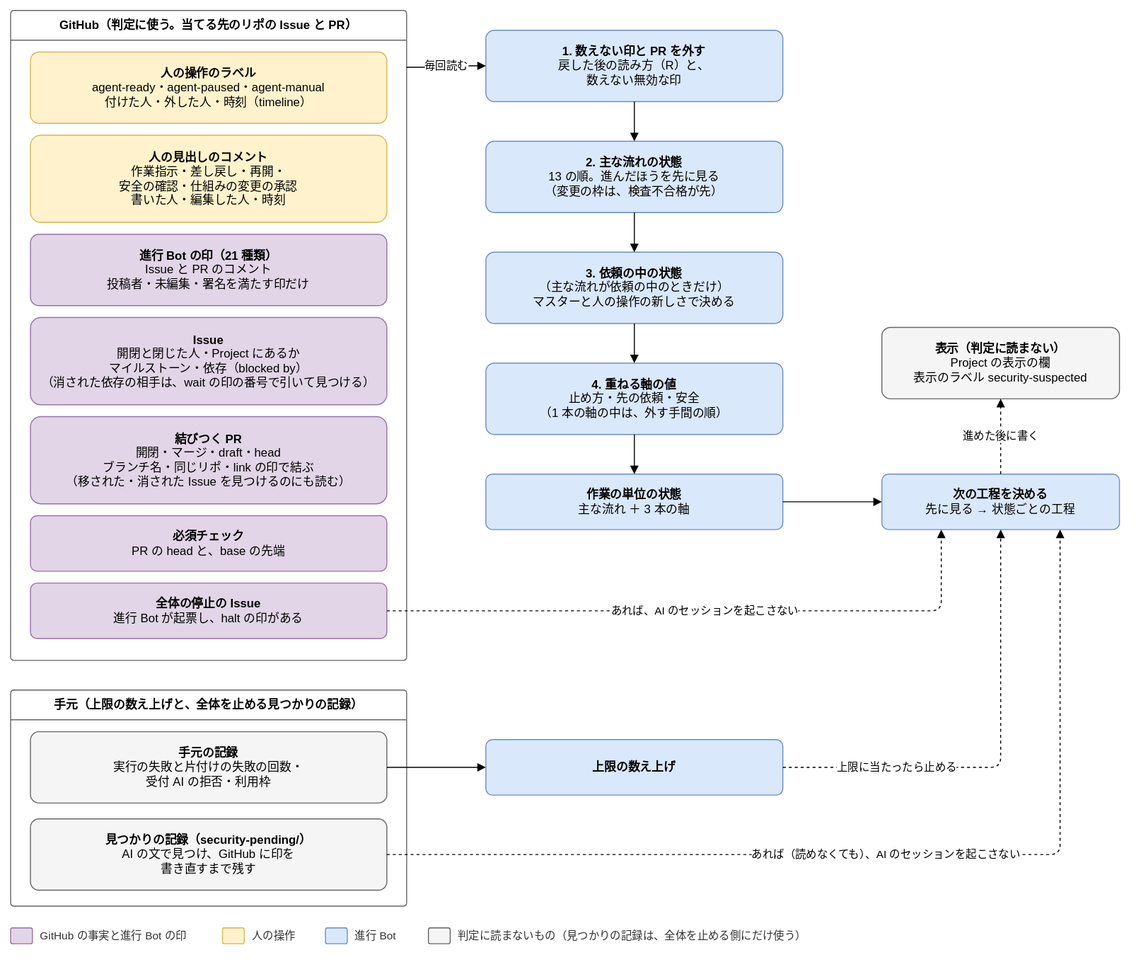
Earlier version of the draw.io export docs/design/basic/diagrams/02-state-assembly.drawio.svg (Joymerrevent/dev-autopilot). Source tidied: cells renumbered, new cells last; positions are measured from the earlier drawing's top-left corner, leaving out a move shared by most shapes.
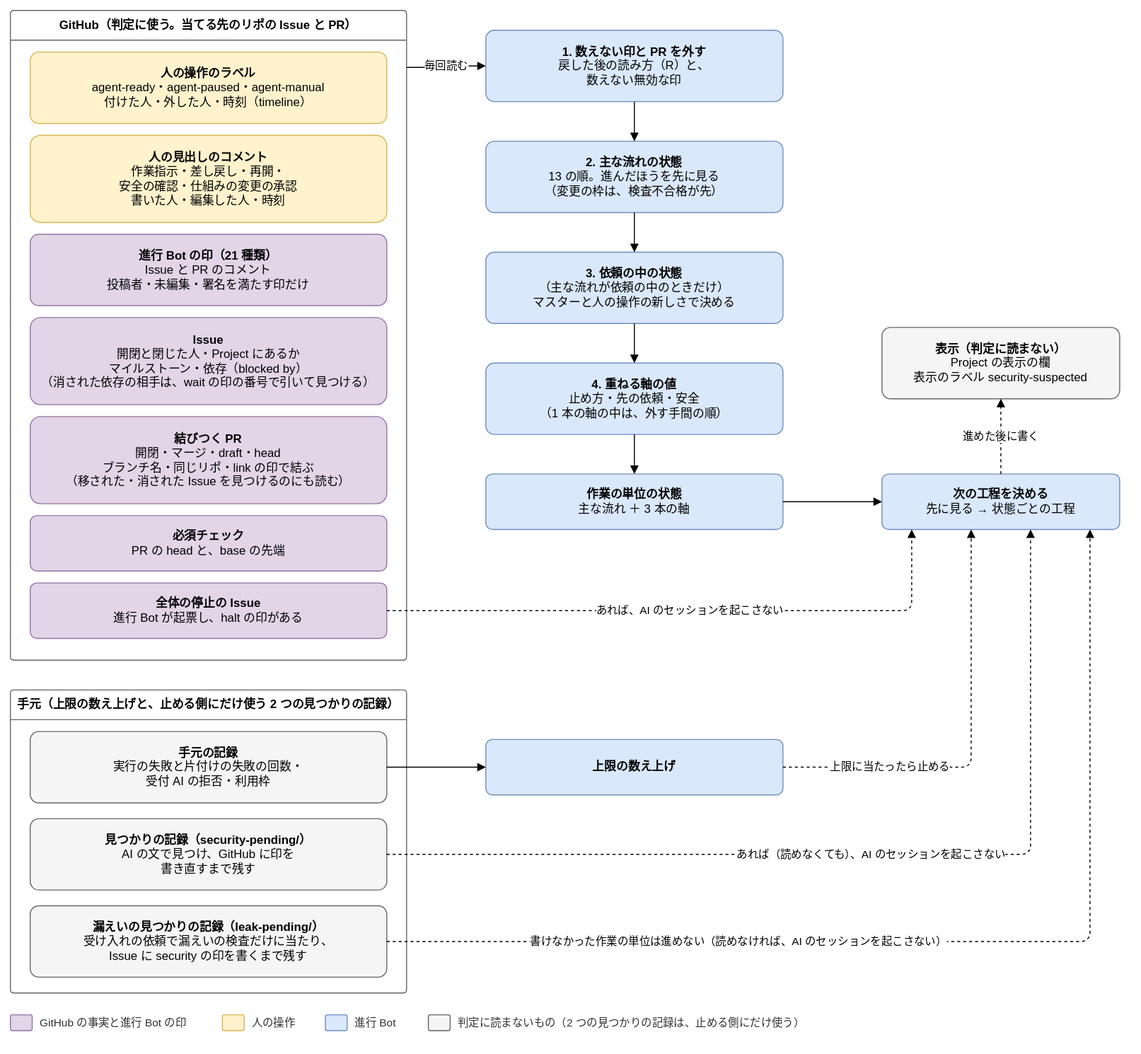
Later version of the same file.

What changed in the source:
```diff
@@ -47,8 +47,8 @@
     <mxCell id="16" value="&lt;b&gt;表示（判定に読まない）&lt;/b&gt;&lt;br&gt;Project の表示の欄&lt;br&gt;表示のラベル security-suspected" style="rounded=1;whiteSpace=wrap;html=1;fontSize=12;arcSize=12;spacing=12;fillColor=#f5f5f5;strokeColor=#666666;" parent="1" vertex="1">
       <mxGeometry x="880" y="320" width="240" height="72" as="geometry" />
     </mxCell>
-    <mxCell id="17" value="手元（上限の数え上げと、全体を止める見つかりの記録）" style="swimlane;startSize=30;html=1;whiteSpace=wrap;rounded=1;arcSize=4;fontStyle=1;fontSize=12;strokeColor=#666666;fillColor=none;swimlaneFillColor=none;" parent="1" vertex="1">
-      <mxGeometry y="686" width="400" height="218" as="geometry" />
+    <mxCell id="17" value="手元（上限の数え上げと、止める側にだけ使う 2 つの見つかりの記録）" style="swimlane;startSize=30;html=1;whiteSpace=wrap;rounded=1;arcSize=4;fontStyle=1;fontSize=12;strokeColor=#666666;fillColor=none;swimlaneFillColor=none;" parent="1" vertex="1">
+      <mxGeometry y="686" width="400" height="306" as="geometry" />
     </mxCell>
     <mxCell id="18" value="&lt;b&gt;手元の記録&lt;/b&gt;&lt;br&gt;実行の失敗と片付けの失敗の回数・&lt;br&gt;受付 AI の拒否・利用枠" style="rounded=1;whiteSpace=wrap;html=1;fontSize=12;arcSize=12;spacing=12;fillColor=#f5f5f5;strokeColor=#666666;" parent="17" vertex="1">
       <mxGeometry x="20" y="42" width="360" height="72" as="geometry" />
@@ -56,6 +56,9 @@
     <mxCell id="19" value="&lt;b&gt;見つかりの記録（security-pending/）&lt;/b&gt;&lt;br&gt;AI の文で見つけ、GitHub に印を&lt;br&gt;書き直すまで残す" style="rounded=1;whiteSpace=wrap;html=1;fontSize=12;arcSize=12;spacing=12;fillColor=#f5f5f5;strokeColor=#666666;" parent="17" vertex="1">
       <mxGeometry x="20" y="130" width="360" height="72" as="geometry" />
     </mxCell>
+    <mxCell id="40" value="&lt;b&gt;漏えいの見つかりの記録（leak-pending/）&lt;/b&gt;&lt;br&gt;受け入れの依頼で漏えいの検査だけに当たり、&lt;br&gt;Issue に security の印を書くまで残す" style="rounded=1;whiteSpace=wrap;html=1;fontSize=12;arcSize=12;spacing=12;fillColor=#f5f5f5;strokeColor=#666666;" parent="17" vertex="1">
+      <mxGeometry x="20" y="218" width="360" height="72" as="geometry" />
+    </mxCell>
     <mxCell id="20" value="&lt;b&gt;上限の数え上げ&lt;/b&gt;" style="rounded=1;whiteSpace=wrap;html=1;fontSize=12;arcSize=12;spacing=12;fillColor=#dae8fc;strokeColor=#6c8ebf;" parent="1" vertex="1">
       <mxGeometry x="480" y="736" width="300" height="56" as="geometry" />
     </mxCell>
@@ -80,53 +83,60 @@
     <mxCell id="27" value="進めた後に書く" style="edgeStyle=orthogonalEdgeStyle;rounded=1;html=1;endArrow=block;endFill=1;fontSize=11;labelBackgroundColor=#ffffff;dashed=1;exitX=0.5;exitY=0;exitDx=0;exitDy=0;entryX=0.5;entryY=1;entryDx=0;entryDy=0;" parent="1" edge="1" source="15" target="16">
       <mxGeometry relative="1" as="geometry" />
     </mxCell>
-    <mxCell id="28" value="あれば、AI のセッションを起こさない" style="edgeStyle=orthogonalEdgeStyle;rounded=1;html=1;endArrow=block;endFill=1;fontSize=11;labelBackgroundColor=#ffffff;dashed=1;exitX=1;exitY=0.5;exitDx=0;exitDy=0;entryX=0.25;entryY=1;entryDx=0;entryDy=0;" parent="1" edge="1" source="9" target="15">
+    <mxCell id="28" value="あれば、AI のセッションを起こさない" style="edgeStyle=orthogonalEdgeStyle;rounded=1;html=1;endArrow=block;endFill=1;fontSize=11;labelBackgroundColor=#ffffff;dashed=1;exitX=1;exitY=0.5;exitDx=0;exitDy=0;entryX=0.125;entryY=1;entryDx=0;entryDy=0;" parent="1" edge="1" source="9" target="15">
       <mxGeometry relative="1" as="geometry">
         <Array as="points">
-          <mxPoint x="940" y="606" />
+          <mxPoint x="910" y="606" />
         </Array>
       </mxGeometry>
     </mxCell>
     <mxCell id="29" style="edgeStyle=orthogonalEdgeStyle;rounded=1;html=1;endArrow=block;endFill=1;fontSize=11;labelBackgroundColor=#ffffff;exitX=1;exitY=0.5;exitDx=0;exitDy=0;entryX=0;entryY=0.5;entryDx=0;entryDy=0;" parent="1" edge="1" source="18" target="20">
       <mxGeometry relative="1" as="geometry" />
     </mxCell>
-    <mxCell id="30" value="上限に当たったら止める" style="edgeStyle=orthogonalEdgeStyle;rounded=1;html=1;endArrow=block;endFill=1;fontSize=11;labelBackgroundColor=#ffffff;dashed=1;exitX=1;exitY=0.5;exitDx=0;exitDy=0;entryX=0.5;entryY=1;entryDx=0;entryDy=0;" parent="1" edge="1" source="20" target="15">
+    <mxCell id="30" value="上限に当たったら止める" style="edgeStyle=orthogonalEdgeStyle;rounded=1;html=1;endArrow=block;endFill=1;fontSize=11;labelBackgroundColor=#ffffff;dashed=1;exitX=1;exitY=0.5;exitDx=0;exitDy=0;entryX=0.375;entryY=1;entryDx=0;entryDy=0;" parent="1" edge="1" source="20" target="15">
       <mxGeometry x="-0.5" relative="1" as="geometry">
         <Array as="points">
-          <mxPoint x="1000" y="764" />
+          <mxPoint x="970" y="764" />
         </Array>
       </mxGeometry>
     </mxCell>
-    <mxCell id="31" value="あれば（読めなくても）、AI のセッションを起こさない" style="edgeStyle=orthogonalEdgeStyle;rounded=1;html=1;endArrow=block;endFill=1;fontSize=11;labelBackgroundColor=#ffffff;dashed=1;exitX=1;exitY=0.5;exitDx=0;exitDy=0;entryX=0.75;entryY=1;entryDx=0;entryDy=0;" parent="1" edge="1" source="19" target="15">
+    <mxCell id="31" value="あれば（読めなくても）、AI のセッションを起こさない" style="edgeStyle=orthogonalEdgeStyle;rounded=1;html=1;endArrow=block;endFill=1;fontSize=11;labelBackgroundColor=#ffffff;dashed=1;exitX=1;exitY=0.5;exitDx=0;exitDy=0;entryX=0.625;entryY=1;entryDx=0;entryDy=0;" parent="1" edge="1" source="19" target="15">
       <mxGeometry relative="1" as="geometry">
         <Array as="points">
-          <mxPoint x="1060" y="852" />
+          <mxPoint x="1030" y="852" />
         </Array>
       </mxGeometry>
     </mxCell>
+    <mxCell id="41" value="書けなかった作業の単位は進めない（読めなければ、AI のセッションを起こさない）" style="edgeStyle=orthogonalEdgeStyle;rounded=1;html=1;endArrow=block;endFill=1;fontSize=11;labelBackgroundColor=#ffffff;dashed=1;exitX=1;exitY=0.5;exitDx=0;exitDy=0;entryX=0.875;entryY=1;entryDx=0;entryDy=0;" parent="1" edge="1" source="40" target="15">
+      <mxGeometry x="-0.37" relative="1" as="geometry">
+        <Array as="points">
+          <mxPoint x="1090" y="940" />
+        </Array>
+      </mxGeometry>
+    </mxCell>
     <mxCell id="32" style="rounded=1;whiteSpace=wrap;html=1;fontSize=12;arcSize=12;spacing=12;fillColor=#e1d5e7;strokeColor=#9673a6;" parent="1" vertex="1">
-      <mxGeometry y="926" width="22" height="16" as="geometry" />
+      <mxGeometry y="1014" width="22" height="16" as="geometry" />
     </mxCell>
     <mxCell id="33" value="GitHub の事実と進行 Bot の印" style="text;html=1;align=left;verticalAlign=middle;fontSize=11;fontColor=#333333;" parent="1" vertex="1">
-      <mxGeometry x="28" y="924" width="170" height="20" as="geometry" />
+      <mxGeometry x="28" y="1012" width="170" height="20" as="geometry" />
     </mxCell>
     <mxCell id="34" style="rounded=1;whiteSpace=wrap;html=1;fontSize=12;arcSize=12;spacing=12;fillColor=#fff2cc;strokeColor=#d6b656;" parent="1" vertex="1">
-      <mxGeometry x="214" y="926" width="22" height="16" as="geometry" />
+      <mxGeometry x="214" y="1014" width="22" height="16" as="geometry" />
     </mxCell>
     <mxCell id="35" value="人の操作" style="text;html=1;align=left;verticalAlign=middle;fontSize=11;fontColor=#333333;" parent="1" vertex="1">
-      <mxGeometry x="242" y="924" width="60" height="20" as="geometry" />
+      <mxGeometry x="242" y="1012" width="60" height="20" as="geometry" />
     </mxCell>
     <mxCell id="36" style="rounded=1;whiteSpace=wrap;html=1;fontSize=12;arcSize=12;spacing=12;fillColor=#dae8fc;strokeColor=#6c8ebf;" parent="1" vertex="1">
-      <mxGeometry x="318" y="926" width="22" height="16" as="geometry" />
+      <mxGeometry x="318" y="1014" width="22" height="16" as="geometry" />
     </mxCell>
     <mxCell id="37" value="進行 Bot" style="text;html=1;align=left;verticalAlign=middle;fontSize=11;fontColor=#333333;" parent="1" vertex="1">
-      <mxGeometry x="346" y="924" width="60" height="20" as="geometry" />
+      <mxGeometry x="346" y="1012" width="60" height="20" as="geometry" />
     </mxCell>
     <mxCell id="38" style="rounded=1;whiteSpace=wrap;html=1;fontSize=12;arcSize=12;spacing=12;fillColor=#f5f5f5;strokeColor=#666666;" parent="1" vertex="1">
-      <mxGeometry x="422" y="926" width="22" height="16" as="geometry" />
+      <mxGeometry x="422" y="1014" width="22" height="16" as="geometry" />
     </mxCell>
-    <mxCell id="39" value="判定に読まないもの（見つかりの記録は、全体を止める側にだけ使う）" style="text;html=1;align=left;verticalAlign=middle;fontSize=11;fontColor=#333333;" parent="1" vertex="1">
-      <mxGeometry x="450" y="924" width="380" height="20" as="geometry" />
+    <mxCell id="39" value="判定に読まないもの（2 つの見つかりの記録は、止める側にだけ使う）" style="text;html=1;align=left;verticalAlign=middle;fontSize=11;fontColor=#333333;" parent="1" vertex="1">
+      <mxGeometry x="450" y="1012" width="380" height="20" as="geometry" />
     </mxCell>
   </root>
 </mxGraphModel>
```
